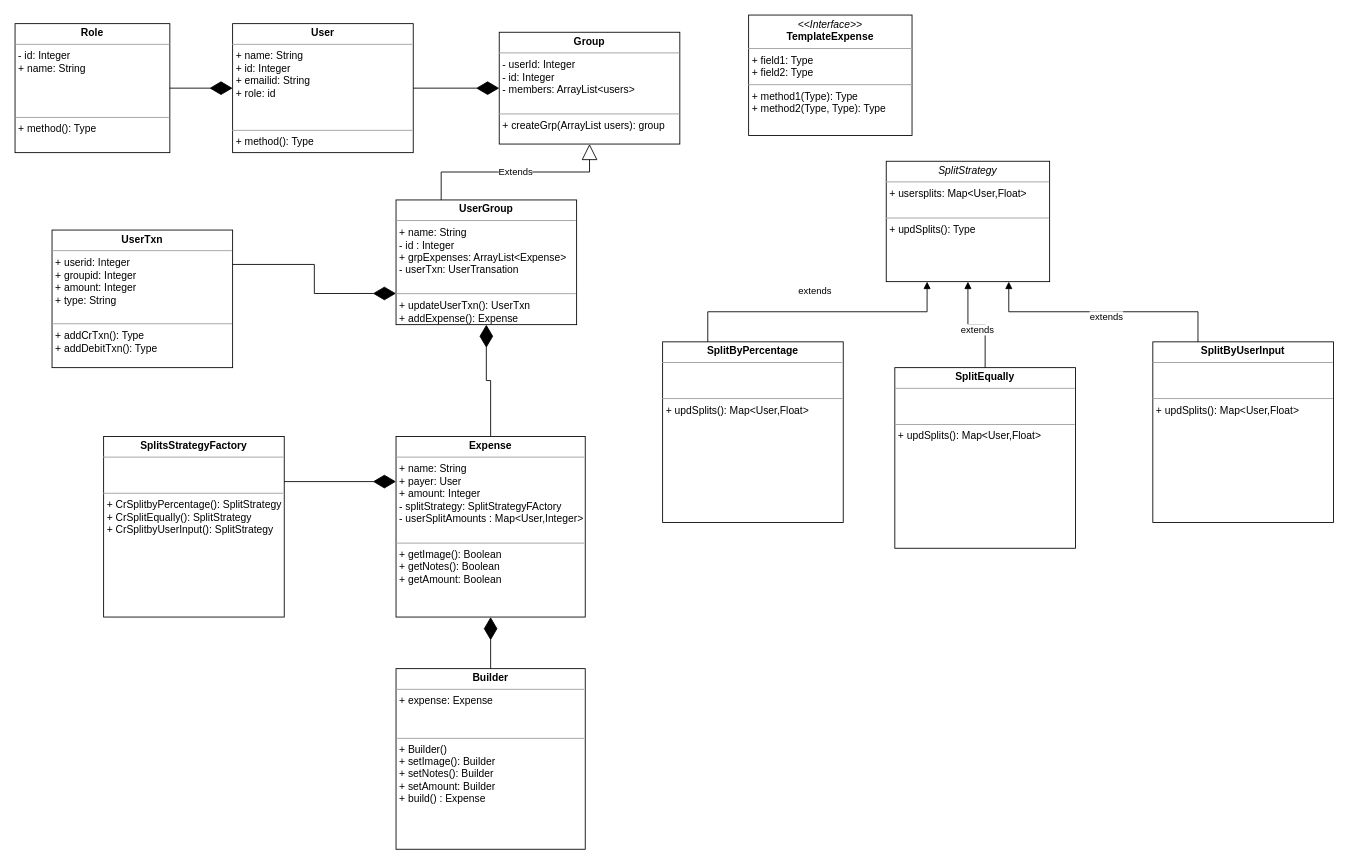
This is Splitwise/Splitwise.drawio from LearningsLab/BoilerPlates, a draw.io file, before an edit. Source tidied: cells renumbered, new cells numbered last; positions are measured from the earlier drawing's top-left corner, leaving out a move shared by most shapes. Both pictures are drawn from the tidied source at 86%, with x=0, y=0 at pixel (15, 15).
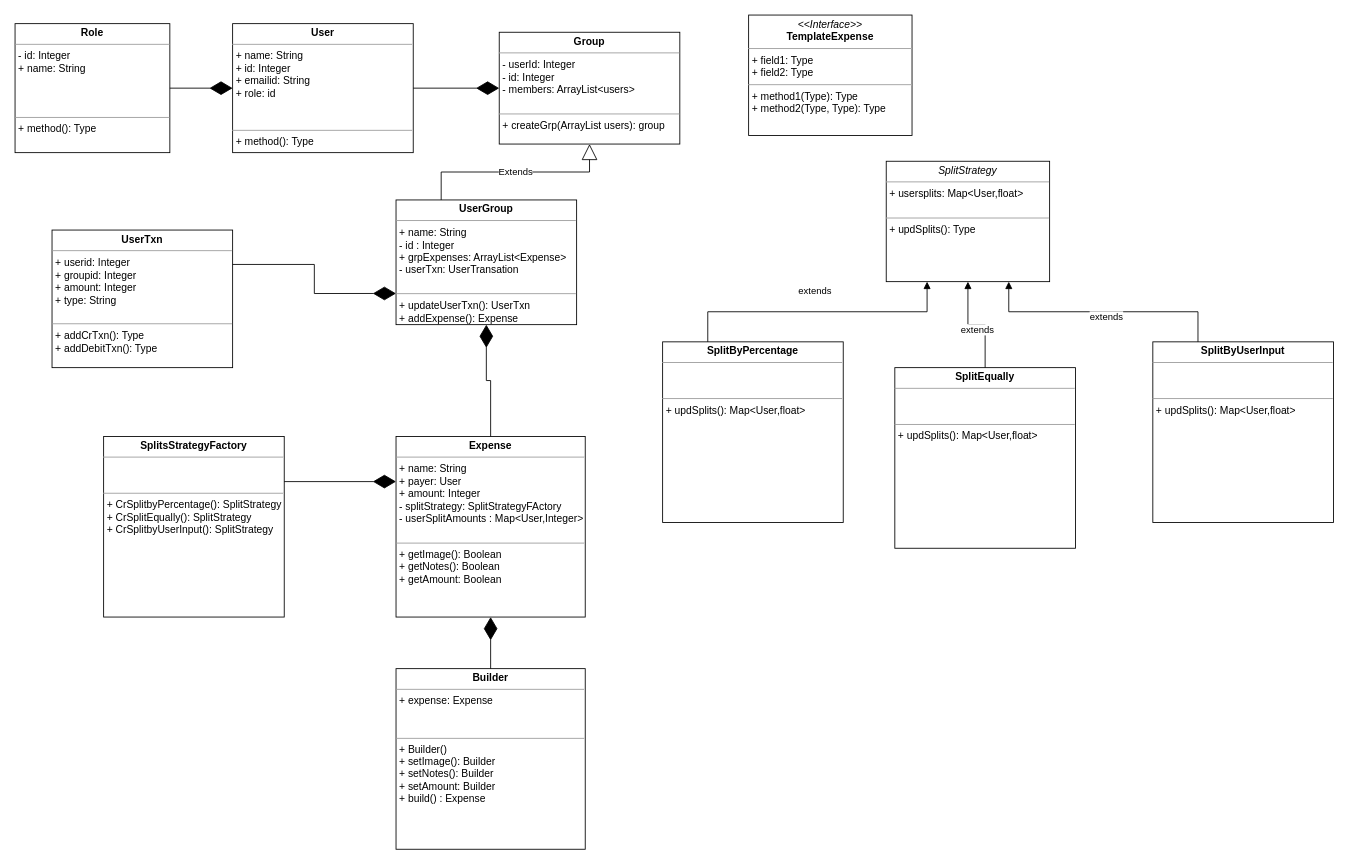
The same page after the edit.

The edit, as a diff of the source:
```diff
@@
-    <mxCell id="5" value="&lt;p style=&quot;margin: 0px ; margin-top: 4px ; text-align: center&quot;&gt;&lt;i&gt;SplitStrategy&lt;/i&gt;&lt;/p&gt;&lt;hr size=&quot;1&quot;&gt;&lt;p style=&quot;margin: 0px ; margin-left: 4px&quot;&gt;+ usersplits: Map&amp;lt;User,Float&amp;gt;&lt;br&gt;&lt;br&gt;&lt;/p&gt;&lt;hr size=&quot;1&quot;&gt;&lt;p style=&quot;margin: 0px ; margin-left: 4px&quot;&gt;+ updSplits(): Type&lt;br&gt;&lt;/p&gt;" style="verticalAlign=top;align=left;overflow=fill;fontSize=12;fontFamily=Helvetica;html=1;hachureGap=4;" parent="1" vertex="1">
+    <mxCell id="5" value="&lt;p style=&quot;margin: 0px ; margin-top: 4px ; text-align: center&quot;&gt;&lt;i&gt;SplitStrategy&lt;/i&gt;&lt;/p&gt;&lt;hr size=&quot;1&quot;&gt;&lt;p style=&quot;margin: 0px ; margin-left: 4px&quot;&gt;+ usersplits: Map&amp;lt;User,float&amp;gt;&lt;br&gt;&lt;br&gt;&lt;/p&gt;&lt;hr size=&quot;1&quot;&gt;&lt;p style=&quot;margin: 0px ; margin-left: 4px&quot;&gt;+ updSplits(): Type&lt;br&gt;&lt;/p&gt;" style="verticalAlign=top;align=left;overflow=fill;fontSize=12;fontFamily=Helvetica;html=1;hachureGap=4;" parent="1" vertex="1">
       <mxGeometry x="1013" y="170" width="190" height="140" as="geometry" />
     </mxCell>
@@
-    <mxCell id="7" value="&lt;p style=&quot;margin: 0px ; margin-top: 4px ; text-align: center&quot;&gt;&lt;b&gt;SplitByPercentage&lt;/b&gt;&lt;/p&gt;&lt;hr size=&quot;1&quot;&gt;&lt;p style=&quot;margin: 0px ; margin-left: 4px&quot;&gt;&lt;br&gt;&lt;/p&gt;&lt;p style=&quot;margin: 0px ; margin-left: 4px&quot;&gt;&lt;br&gt;&lt;/p&gt;&lt;hr size=&quot;1&quot;&gt;&lt;p style=&quot;margin: 0px ; margin-left: 4px&quot;&gt;+ updSplits(): Map&amp;lt;User,Float&amp;gt;&lt;/p&gt;" style="verticalAlign=top;align=left;overflow=fill;fontSize=12;fontFamily=Helvetica;html=1;hachureGap=4;" parent="1" vertex="1">
+    <mxCell id="7" value="&lt;p style=&quot;margin: 0px ; margin-top: 4px ; text-align: center&quot;&gt;&lt;b&gt;SplitByPercentage&lt;/b&gt;&lt;/p&gt;&lt;hr size=&quot;1&quot;&gt;&lt;p style=&quot;margin: 0px ; margin-left: 4px&quot;&gt;&lt;br&gt;&lt;/p&gt;&lt;p style=&quot;margin: 0px ; margin-left: 4px&quot;&gt;&lt;br&gt;&lt;/p&gt;&lt;hr size=&quot;1&quot;&gt;&lt;p style=&quot;margin: 0px ; margin-left: 4px&quot;&gt;+ updSplits(): Map&amp;lt;User,float&amp;gt;&lt;/p&gt;" style="verticalAlign=top;align=left;overflow=fill;fontSize=12;fontFamily=Helvetica;html=1;hachureGap=4;" parent="1" vertex="1">
       <mxGeometry x="753" y="380" width="210" height="210" as="geometry" />
     </mxCell>
-    <mxCell id="8" value="&lt;p style=&quot;margin: 0px ; margin-top: 4px ; text-align: center&quot;&gt;&lt;b&gt;SplitEqually&lt;/b&gt;&lt;/p&gt;&lt;hr size=&quot;1&quot;&gt;&lt;p style=&quot;margin: 0px ; margin-left: 4px&quot;&gt;&lt;br&gt;&lt;/p&gt;&lt;p style=&quot;margin: 0px ; margin-left: 4px&quot;&gt;&lt;br&gt;&lt;/p&gt;&lt;hr size=&quot;1&quot;&gt;&lt;p style=&quot;margin: 0px ; margin-left: 4px&quot;&gt;+ updSplits(): Map&amp;lt;User,Float&amp;gt;&lt;br&gt;&lt;/p&gt;" style="verticalAlign=top;align=left;overflow=fill;fontSize=12;fontFamily=Helvetica;html=1;hachureGap=4;" parent="1" vertex="1">
+    <mxCell id="8" value="&lt;p style=&quot;margin: 0px ; margin-top: 4px ; text-align: center&quot;&gt;&lt;b&gt;SplitEqually&lt;/b&gt;&lt;/p&gt;&lt;hr size=&quot;1&quot;&gt;&lt;p style=&quot;margin: 0px ; margin-left: 4px&quot;&gt;&lt;br&gt;&lt;/p&gt;&lt;p style=&quot;margin: 0px ; margin-left: 4px&quot;&gt;&lt;br&gt;&lt;/p&gt;&lt;hr size=&quot;1&quot;&gt;&lt;p style=&quot;margin: 0px ; margin-left: 4px&quot;&gt;+ updSplits(): Map&amp;lt;User,float&amp;gt;&lt;br&gt;&lt;/p&gt;" style="verticalAlign=top;align=left;overflow=fill;fontSize=12;fontFamily=Helvetica;html=1;hachureGap=4;" parent="1" vertex="1">
       <mxGeometry x="1023" y="410" width="210" height="210" as="geometry" />
     </mxCell>
-    <mxCell id="9" value="&lt;p style=&quot;margin: 0px ; margin-top: 4px ; text-align: center&quot;&gt;&lt;b&gt;SplitByUserInput&lt;/b&gt;&lt;/p&gt;&lt;hr size=&quot;1&quot;&gt;&lt;p style=&quot;margin: 0px ; margin-left: 4px&quot;&gt;&lt;br&gt;&lt;/p&gt;&lt;p style=&quot;margin: 0px ; margin-left: 4px&quot;&gt;&lt;br&gt;&lt;/p&gt;&lt;hr size=&quot;1&quot;&gt;&lt;p style=&quot;margin: 0px ; margin-left: 4px&quot;&gt;+ updSplits(): Map&amp;lt;User,Float&amp;gt;&lt;br&gt;&lt;/p&gt;" style="verticalAlign=top;align=left;overflow=fill;fontSize=12;fontFamily=Helvetica;html=1;hachureGap=4;" parent="1" vertex="1">
+    <mxCell id="9" value="&lt;p style=&quot;margin: 0px ; margin-top: 4px ; text-align: center&quot;&gt;&lt;b&gt;SplitByUserInput&lt;/b&gt;&lt;/p&gt;&lt;hr size=&quot;1&quot;&gt;&lt;p style=&quot;margin: 0px ; margin-left: 4px&quot;&gt;&lt;br&gt;&lt;/p&gt;&lt;p style=&quot;margin: 0px ; margin-left: 4px&quot;&gt;&lt;br&gt;&lt;/p&gt;&lt;hr size=&quot;1&quot;&gt;&lt;p style=&quot;margin: 0px ; margin-left: 4px&quot;&gt;+ updSplits(): Map&amp;lt;User,float&amp;gt;&lt;br&gt;&lt;/p&gt;" style="verticalAlign=top;align=left;overflow=fill;fontSize=12;fontFamily=Helvetica;html=1;hachureGap=4;" parent="1" vertex="1">
       <mxGeometry x="1323" y="380" width="210" height="210" as="geometry" />
     </mxCell>
```
